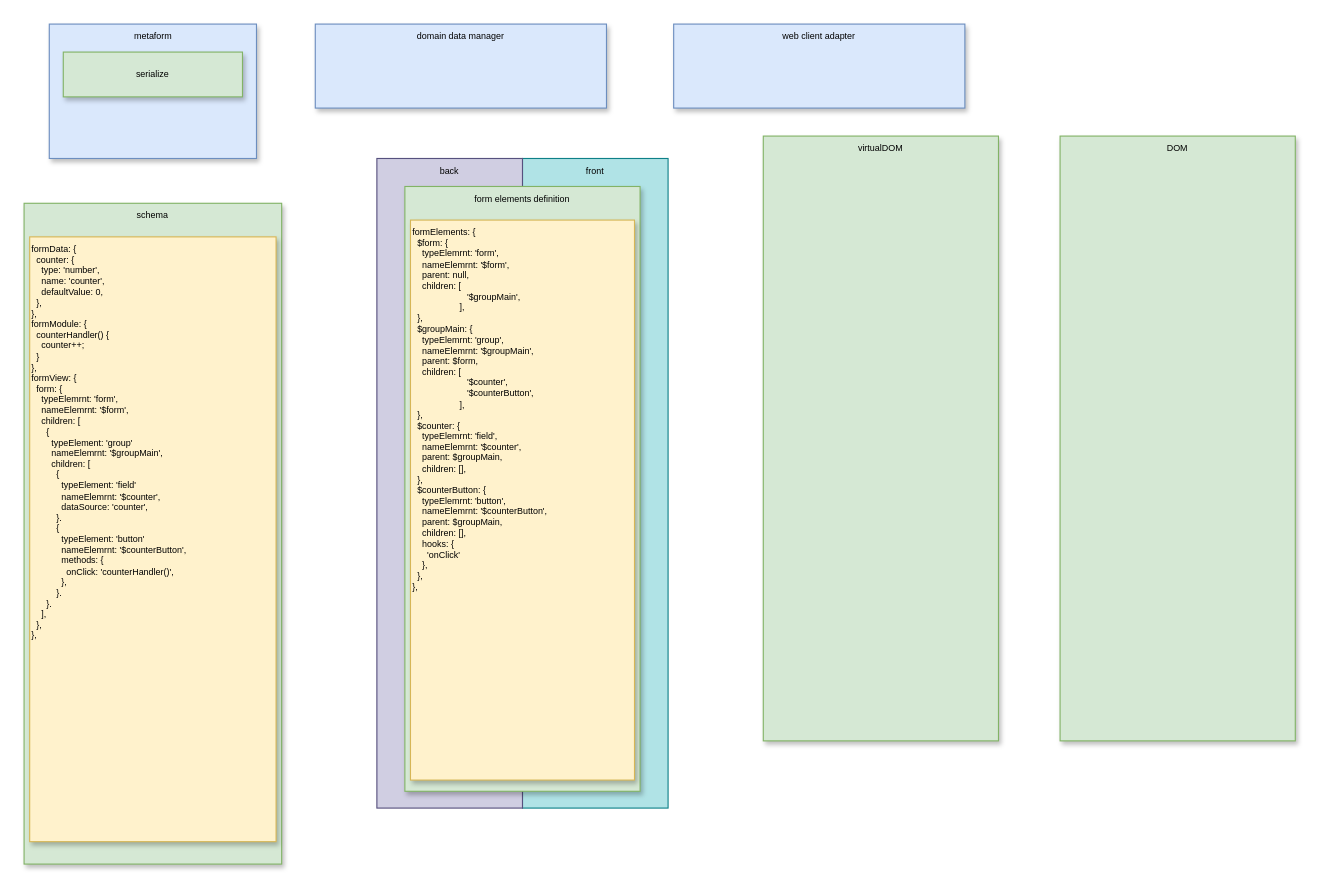
The draw.io diagram page "metaform" (2 of 3) of metaenterprise.drawio in dmitryfokin/metaenterprise, before the edit. Source tidied: cells renumbered, new cells numbered last; positions are measured from the earlier drawing's top-left corner, leaving out a move shared by most shapes. Both pictures are drawn from the tidied source at 112%, with x=0, y=0 at pixel (24, 24).
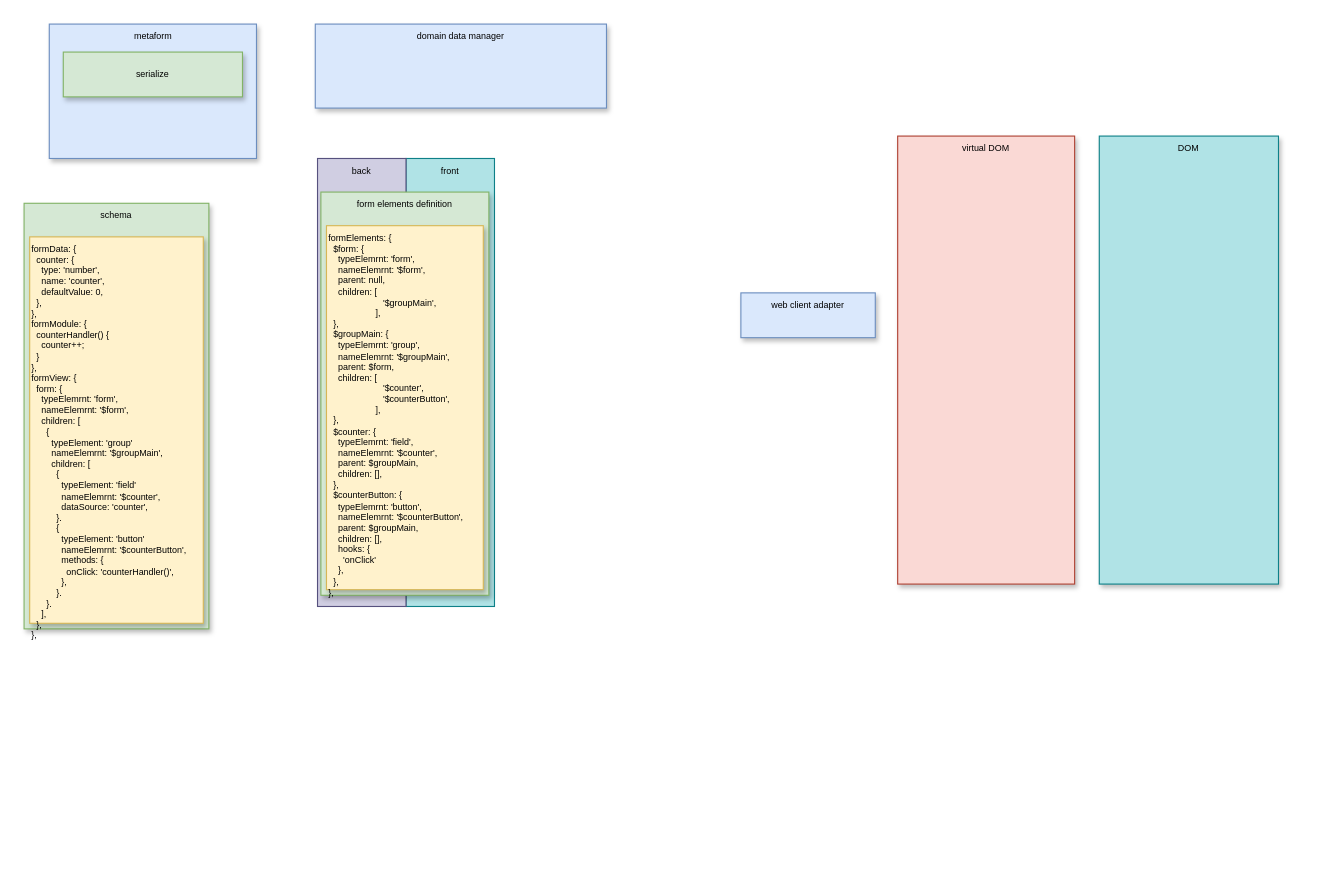
After the change.

What changed in the source:
```diff
@@
 <mxGraphModel>
   <root>
     <mxCell id="0" />
     <mxCell id="1" parent="0" />
     <mxCell id="2" value="front" style="rounded=0;whiteSpace=wrap;html=1;shadow=0;align=center;fillColor=#b0e3e6;strokeColor=#0e8088;verticalAlign=top;fontSize=8;" parent="1" vertex="1">
-      <mxGeometry x="445" y="120" width="130" height="580" as="geometry" />
+      <mxGeometry x="341" y="120" width="79" height="400" as="geometry" />
     </mxCell>
     <mxCell id="3" value="back" style="rounded=0;whiteSpace=wrap;html=1;shadow=0;align=center;fillColor=#d0cee2;strokeColor=#56517e;verticalAlign=top;fontSize=8;" parent="1" vertex="1">
-      <mxGeometry x="315" y="120" width="130" height="580" as="geometry" />
+      <mxGeometry x="262" y="120" width="79" height="400" as="geometry" />
     </mxCell>
     <mxCell id="4" value="metaform" style="rounded=0;whiteSpace=wrap;html=1;fillColor=#dae8fc;strokeColor=#6c8ebf;verticalAlign=top;shadow=1;fontSize=8;" parent="1" vertex="1">
       <mxGeometry x="22.5" width="185" height="120" as="geometry" />
     </mxCell>
     <mxCell id="5" value="serialize" style="rounded=0;whiteSpace=wrap;html=1;fillColor=#d5e8d4;strokeColor=#82b366;align=center;shadow=1;fontSize=8;" parent="1" vertex="1">
       <mxGeometry x="35" y="25" width="160" height="40" as="geometry" />
     </mxCell>
     <mxCell id="6" value="schema" style="rounded=0;whiteSpace=wrap;html=1;fillColor=#d5e8d4;strokeColor=#82b366;align=center;shadow=1;verticalAlign=top;fontSize=8;" parent="1" vertex="1">
-      <mxGeometry y="160" width="230" height="590" as="geometry" />
+      <mxGeometry y="160" width="165" height="380" as="geometry" />
     </mxCell>
     <mxCell id="7" value="formData: {&lt;br style=&quot;font-size: 8px;&quot;&gt;&amp;nbsp; counter: {&lt;br style=&quot;font-size: 8px;&quot;&gt;&amp;nbsp; &amp;nbsp; type: 'number',&lt;br style=&quot;font-size: 8px;&quot;&gt;&amp;nbsp; &amp;nbsp; name: 'counter',&lt;br style=&quot;font-size: 8px;&quot;&gt;&amp;nbsp; &amp;nbsp; defaultValue: 0,&lt;br style=&quot;font-size: 8px;&quot;&gt;&amp;nbsp; },&lt;br style=&quot;font-size: 8px;&quot;&gt;},&lt;br style=&quot;font-size: 8px;&quot;&gt;formModule: {&lt;br style=&quot;font-size: 8px;&quot;&gt;&amp;nbsp; counterHandler() {&lt;br style=&quot;font-size: 8px;&quot;&gt;&amp;nbsp; &amp;nbsp; counter++;&lt;br style=&quot;font-size: 8px;&quot;&gt;&amp;nbsp; }&lt;br style=&quot;font-size: 8px;&quot;&gt;},&lt;br style=&quot;font-size: 8px;&quot;&gt;formView: {&lt;br style=&quot;font-size: 8px;&quot;&gt;&amp;nbsp; form: {&lt;br style=&quot;font-size: 8px;&quot;&gt;&amp;nbsp; &amp;nbsp; typeElemrnt: 'form',&lt;br style=&quot;font-size: 8px;&quot;&gt;&amp;nbsp; &amp;nbsp; nameElemrnt: '$form',&lt;br style=&quot;font-size: 8px;&quot;&gt;&amp;nbsp; &amp;nbsp; children: [&lt;br style=&quot;font-size: 8px;&quot;&gt;&amp;nbsp; &amp;nbsp; &amp;nbsp; {&lt;br style=&quot;font-size: 8px;&quot;&gt;&amp;nbsp; &amp;nbsp; &amp;nbsp; &amp;nbsp; typeElement: 'group'&lt;br style=&quot;font-size: 8px;&quot;&gt;&amp;nbsp; &amp;nbsp; &amp;nbsp; &amp;nbsp; nameElemrnt: '$groupMain',&lt;br style=&quot;font-size: 8px;&quot;&gt;&amp;nbsp; &amp;nbsp; &amp;nbsp; &amp;nbsp; children: [&lt;br style=&quot;font-size: 8px;&quot;&gt;&amp;nbsp; &amp;nbsp; &amp;nbsp; &amp;nbsp; &amp;nbsp; {&lt;br style=&quot;font-size: 8px;&quot;&gt;&amp;nbsp; &amp;nbsp; &amp;nbsp; &amp;nbsp; &amp;nbsp; &amp;nbsp; typeElement: 'field'&lt;br style=&quot;font-size: 8px;&quot;&gt;&amp;nbsp; &amp;nbsp; &amp;nbsp; &amp;nbsp; &amp;nbsp; &amp;nbsp; nameElemrnt: '$counter',&lt;br style=&quot;font-size: 8px;&quot;&gt;&amp;nbsp; &amp;nbsp; &amp;nbsp; &amp;nbsp; &amp;nbsp; &amp;nbsp; dataSource: 'counter',&lt;br style=&quot;font-size: 8px;&quot;&gt;&amp;nbsp; &amp;nbsp; &amp;nbsp; &amp;nbsp; &amp;nbsp; }.&lt;br style=&quot;font-size: 8px;&quot;&gt;&amp;nbsp; &amp;nbsp; &amp;nbsp; &amp;nbsp; &amp;nbsp; {&lt;br style=&quot;font-size: 8px;&quot;&gt;&amp;nbsp; &amp;nbsp; &amp;nbsp; &amp;nbsp; &amp;nbsp; &amp;nbsp; typeElement: 'button'&lt;br style=&quot;font-size: 8px;&quot;&gt;&amp;nbsp; &amp;nbsp; &amp;nbsp; &amp;nbsp; &amp;nbsp; &amp;nbsp; nameElemrnt: '$counterButton',&lt;br style=&quot;font-size: 8px;&quot;&gt;&amp;nbsp; &amp;nbsp; &amp;nbsp; &amp;nbsp; &amp;nbsp; &amp;nbsp; methods: {&lt;br style=&quot;font-size: 8px;&quot;&gt;&amp;nbsp; &amp;nbsp; &amp;nbsp; &amp;nbsp; &amp;nbsp; &amp;nbsp; &amp;nbsp; onClick: 'counterHandler()',&lt;br style=&quot;font-size: 8px;&quot;&gt;&amp;nbsp; &amp;nbsp; &amp;nbsp; &amp;nbsp; &amp;nbsp; &amp;nbsp; },&lt;br style=&quot;font-size: 8px;&quot;&gt;&amp;nbsp; &amp;nbsp; &amp;nbsp; &amp;nbsp; &amp;nbsp; }.&lt;br style=&quot;font-size: 8px;&quot;&gt;&amp;nbsp; &amp;nbsp; &amp;nbsp; }.&lt;br style=&quot;font-size: 8px;&quot;&gt;&amp;nbsp; &amp;nbsp; ],&lt;br style=&quot;font-size: 8px;&quot;&gt;&amp;nbsp; },&lt;br style=&quot;font-size: 8px;&quot;&gt;}," style="rounded=0;whiteSpace=wrap;html=1;fillColor=#fff2cc;strokeColor=#d6b656;align=left;shadow=1;verticalAlign=top;fontSize=8;" parent="1" vertex="1">
-      <mxGeometry x="5" y="190" width="220" height="540" as="geometry" />
+      <mxGeometry x="5" y="190" width="155" height="345" as="geometry" />
     </mxCell>
     <mxCell id="8" value="domain data manager" style="rounded=0;whiteSpace=wrap;html=1;fillColor=#dae8fc;strokeColor=#6c8ebf;verticalAlign=top;shadow=1;fontSize=8;" parent="1" vertex="1">
       <mxGeometry x="260" width="260" height="75" as="geometry" />
     </mxCell>
     <mxCell id="9" value="form elements definition" style="rounded=0;whiteSpace=wrap;html=1;fillColor=#d5e8d4;strokeColor=#82b366;align=center;shadow=1;verticalAlign=top;fontSize=8;" parent="1" vertex="1">
-      <mxGeometry x="340" y="145" width="210" height="540" as="geometry" />
+      <mxGeometry x="265" y="150" width="150" height="360" as="geometry" />
     </mxCell>
     <mxCell id="10" value="formElements: {&lt;br style=&quot;font-size: 8px;&quot;&gt;&amp;nbsp; $form: {&lt;br style=&quot;font-size: 8px;&quot;&gt;&amp;nbsp; &amp;nbsp; typeElemrnt: 'form',&lt;br style=&quot;font-size: 8px;&quot;&gt;&amp;nbsp; &amp;nbsp; nameElemrnt: '$form',&lt;br style=&quot;font-size: 8px;&quot;&gt;&amp;nbsp; &amp;nbsp; parent: null,&lt;br style=&quot;font-size: 8px;&quot;&gt;&amp;nbsp; &amp;nbsp; children: [&lt;br style=&quot;font-size: 8px;&quot;&gt;&amp;nbsp; &amp;nbsp; &amp;nbsp; &amp;nbsp; &amp;nbsp; &amp;nbsp; &amp;nbsp; &amp;nbsp; &amp;nbsp; &amp;nbsp; &amp;nbsp; '$groupMain',&lt;br style=&quot;font-size: 8px;&quot;&gt;&amp;nbsp; &amp;nbsp; &amp;nbsp; &amp;nbsp; &amp;nbsp; &amp;nbsp; &amp;nbsp; &amp;nbsp; &amp;nbsp; &amp;nbsp;],&lt;br style=&quot;font-size: 8px;&quot;&gt;&amp;nbsp; },&lt;br style=&quot;font-size: 8px;&quot;&gt;&amp;nbsp; $groupMain: {&lt;br style=&quot;font-size: 8px;&quot;&gt;&amp;nbsp; &amp;nbsp; typeElemrnt: 'group',&lt;br style=&quot;font-size: 8px;&quot;&gt;&amp;nbsp; &amp;nbsp; nameElemrnt: '$groupMain',&lt;br style=&quot;font-size: 8px;&quot;&gt;&amp;nbsp; &amp;nbsp; parent: $form,&lt;br style=&quot;font-size: 8px;&quot;&gt;&amp;nbsp; &amp;nbsp; children: [&lt;br style=&quot;font-size: 8px;&quot;&gt;&amp;nbsp; &amp;nbsp; &amp;nbsp; &amp;nbsp; &amp;nbsp; &amp;nbsp; &amp;nbsp; &amp;nbsp; &amp;nbsp; &amp;nbsp; &amp;nbsp; '$counter',&lt;br style=&quot;font-size: 8px;&quot;&gt;&amp;nbsp; &amp;nbsp; &amp;nbsp; &amp;nbsp; &amp;nbsp; &amp;nbsp; &amp;nbsp; &amp;nbsp; &amp;nbsp; &amp;nbsp; &amp;nbsp; '$counterButton',&lt;br style=&quot;font-size: 8px;&quot;&gt;&amp;nbsp; &amp;nbsp; &amp;nbsp; &amp;nbsp; &amp;nbsp; &amp;nbsp; &amp;nbsp; &amp;nbsp; &amp;nbsp; &amp;nbsp;],&lt;br style=&quot;font-size: 8px;&quot;&gt;&amp;nbsp; },&lt;br style=&quot;font-size: 8px;&quot;&gt;&amp;nbsp; $counter: {&lt;br style=&quot;font-size: 8px;&quot;&gt;&amp;nbsp; &amp;nbsp; typeElemrnt: 'field',&lt;br style=&quot;font-size: 8px;&quot;&gt;&amp;nbsp; &amp;nbsp; nameElemrnt: '$counter',&lt;br style=&quot;font-size: 8px;&quot;&gt;&amp;nbsp; &amp;nbsp; parent: $groupMain,&lt;br style=&quot;font-size: 8px;&quot;&gt;&amp;nbsp; &amp;nbsp; children: [],&lt;br style=&quot;font-size: 8px;&quot;&gt;&amp;nbsp; },&lt;br style=&quot;font-size: 8px;&quot;&gt;&amp;nbsp; $counterButton: {&lt;br style=&quot;font-size: 8px;&quot;&gt;&amp;nbsp; &amp;nbsp; typeElemrnt: 'button',&lt;br style=&quot;font-size: 8px;&quot;&gt;&amp;nbsp; &amp;nbsp; nameElemrnt: '$counterButton',&amp;nbsp;&lt;br style=&quot;font-size: 8px;&quot;&gt;&amp;nbsp; &amp;nbsp; parent: $groupMain,&lt;br style=&quot;font-size: 8px;&quot;&gt;&amp;nbsp; &amp;nbsp; children: [],&lt;br style=&quot;font-size: 8px;&quot;&gt;&amp;nbsp; &amp;nbsp; hooks: {&lt;br style=&quot;font-size: 8px;&quot;&gt;&amp;nbsp; &amp;nbsp; &amp;nbsp; 'onClick'&lt;br style=&quot;font-size: 8px;&quot;&gt;&amp;nbsp; &amp;nbsp; },&lt;br style=&quot;font-size: 8px;&quot;&gt;&amp;nbsp; },&lt;br style=&quot;font-size: 8px;&quot;&gt;}," style="rounded=0;whiteSpace=wrap;html=1;fillColor=#fff2cc;strokeColor=#d6b656;align=left;shadow=1;verticalAlign=top;fontSize=8;" parent="1" vertex="1">
-      <mxGeometry x="345" y="175" width="200" height="500" as="geometry" />
+      <mxGeometry x="270" y="180" width="140" height="325" as="geometry" />
     </mxCell>
-    <mxCell id="11" value="DOM" style="rounded=0;whiteSpace=wrap;html=1;fillColor=#d5e8d4;strokeColor=#82b366;align=center;shadow=1;verticalAlign=top;fontSize=8;" parent="1" vertex="1">
-      <mxGeometry x="925" y="100" width="210" height="540" as="geometry" />
+    <mxCell id="11" value="DOM" style="rounded=0;whiteSpace=wrap;html=1;fillColor=#b0e3e6;strokeColor=#0e8088;align=center;shadow=1;verticalAlign=top;fontSize=8;" parent="1" vertex="1">
+      <mxGeometry x="960" y="100" width="160" height="400" as="geometry" />
     </mxCell>
-    <mxCell id="12" value="virtualDOM" style="rounded=0;whiteSpace=wrap;html=1;fillColor=#d5e8d4;strokeColor=#82b366;align=center;shadow=1;verticalAlign=top;fontSize=8;" parent="1" vertex="1">
-      <mxGeometry x="660" y="100" width="210" height="540" as="geometry" />
+    <mxCell id="12" value="virtual DOM" style="rounded=0;whiteSpace=wrap;html=1;fillColor=#fad9d5;strokeColor=#ae4132;align=center;shadow=1;verticalAlign=top;fontSize=8;" parent="1" vertex="1">
+      <mxGeometry x="780" y="100" width="158" height="400" as="geometry" />
     </mxCell>
     <mxCell id="13" value="web client adapter" style="rounded=0;whiteSpace=wrap;html=1;fillColor=#dae8fc;strokeColor=#6c8ebf;verticalAlign=top;shadow=1;fontSize=8;" parent="1" vertex="1">
-      <mxGeometry x="580" width="260" height="75" as="geometry" />
+      <mxGeometry x="640" y="240" width="120" height="40" as="geometry" />
     </mxCell>
   </root>
 </mxGraphModel>
```
